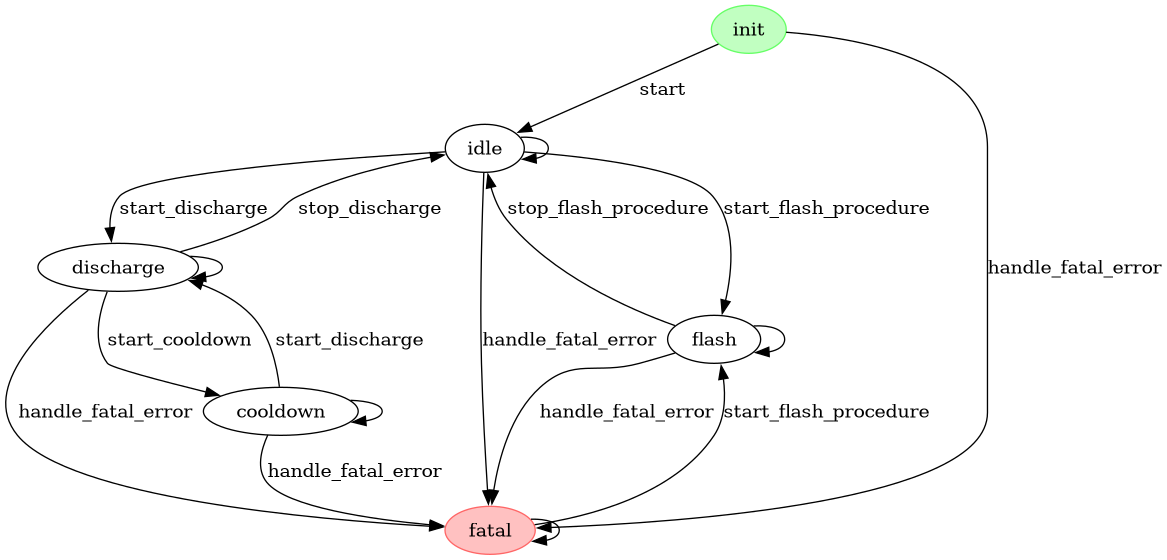
Above: assets/fsm.png in eagletrt/hv-bms-cellboard-sw (Graphviz), before the change. Its source is kept beside it as assets/fsm.dot.
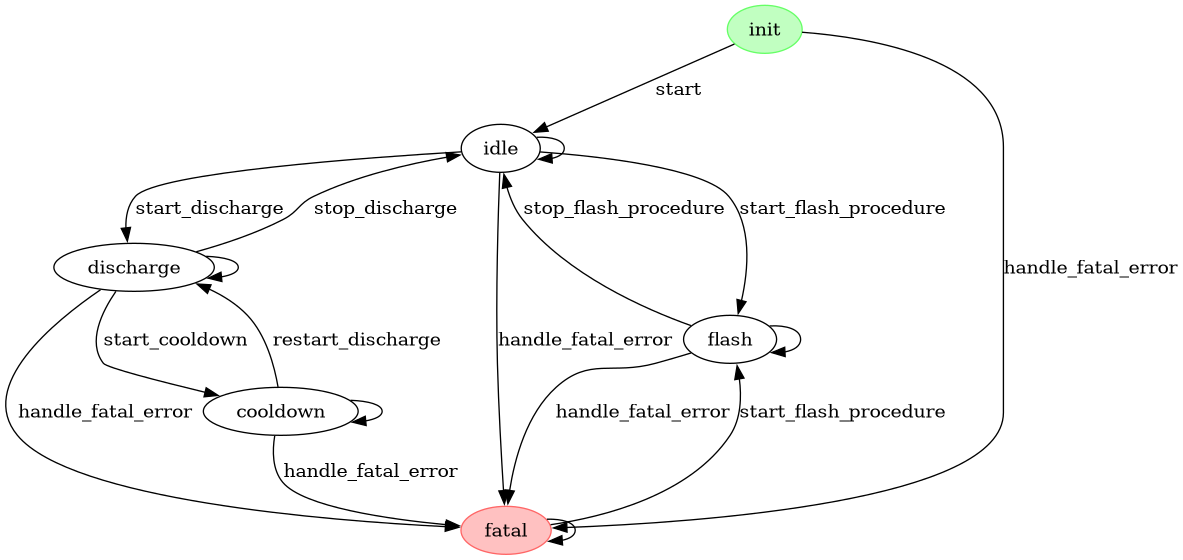
Later version of the same file.

Diff of the diagram source:
```diff
@@ -32,7 +32,8 @@
     discharge -> fatal [label="handle_fatal_error"]
 
     cooldown -> cooldown
-    cooldown -> discharge [label="start_discharge"]
+    cooldown -> idle [label="stop_discharge"]
+    cooldown -> discharge [label="restart_discharge"]
     cooldown -> fatal [label="handle_fatal_error"]
 
     fatal -> fatal
```
